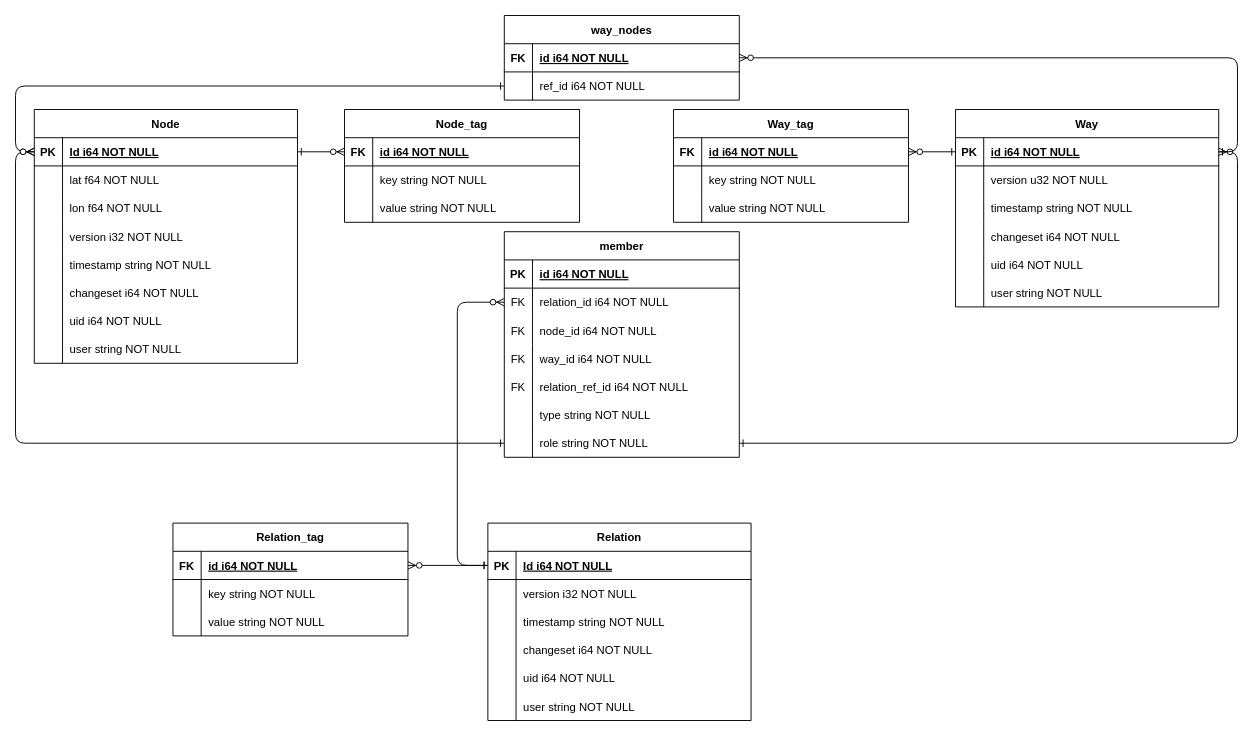
Earlier version of the draw.io diagram database_entity_relationship_diagram.drawio (Chrisser1/GoogleMapsClone). Source tidied: cells renumbered, new cells numbered last; positions are measured from the earlier drawing's top-left corner, leaving out a move shared by most shapes. Both pictures are drawn from the tidied source at 94%, with x=0, y=0 at pixel (34, 15).
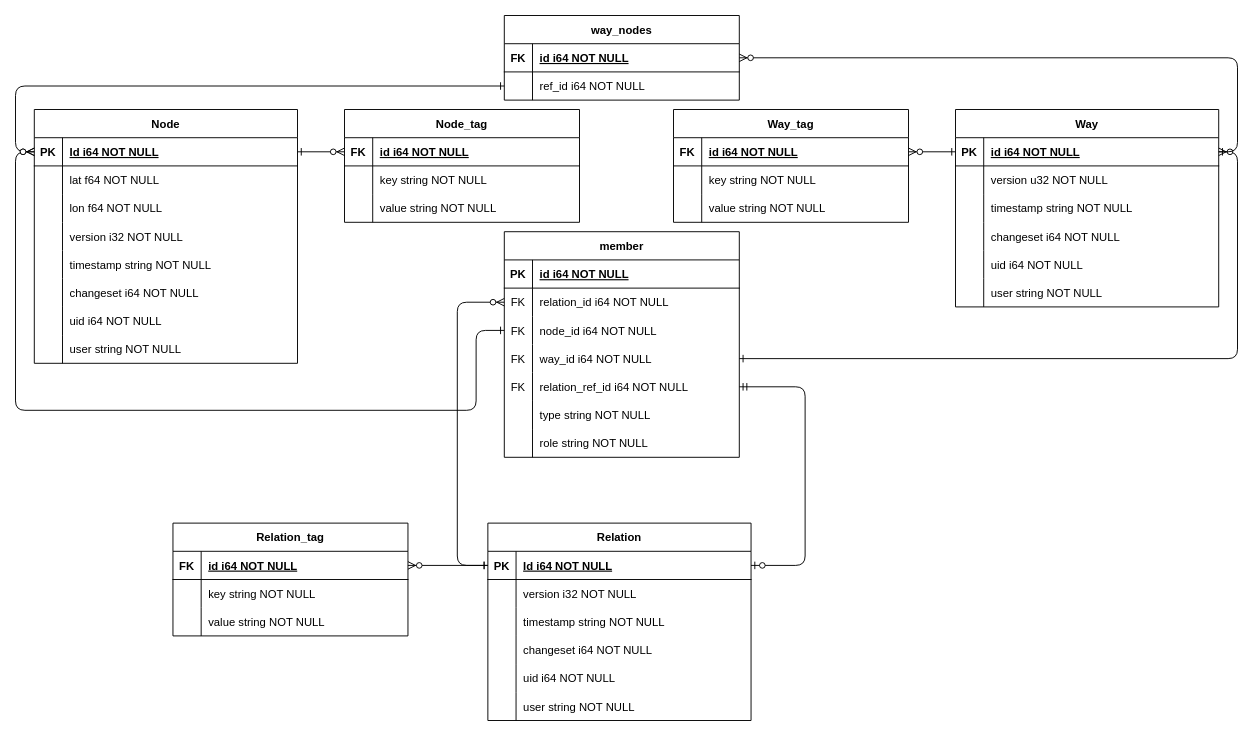
After the change.

The change refers to these unchanged cells:
```xml
<mxCell id="3" style="shape=partialRectangle;fillColor=none;points=[[0,0.5],[1,0.5]];portConstraint=eastwest;top=0;left=0;right=0;bottom=1;" parent="2" vertex="1">
  <mxGeometry y="30" width="280" height="30" as="geometry" />
</mxCell>
<mxCell id="22" style="shape=partialRectangle;fillColor=none;points=[[0,0.5],[1,0.5]];portConstraint=eastwest;top=0;left=0;right=0;bottom=1;" parent="21" vertex="1">
  <mxGeometry y="30" width="280" height="30" as="geometry" />
</mxCell>
<mxCell id="55" style="shape=partialRectangle;fillColor=none;points=[[0,0.5],[1,0.5]];portConstraint=eastwest;top=0;left=0;right=0;bottom=1;" parent="54" vertex="1">
  <mxGeometry y="30" width="280" height="30" as="geometry" />
</mxCell>
<mxCell id="80" style="shape=partialRectangle;fillColor=none;points=[[0,0.5],[1,0.5]];portConstraint=eastwest;top=0;left=0;right=0;bottom=0;" parent="73" vertex="1">
  <mxGeometry y="90" width="250" height="30" as="geometry" />
</mxCell>
<mxCell id="83" style="shape=partialRectangle;fillColor=none;points=[[0,0.5],[1,0.5]];portConstraint=eastwest;top=0;left=0;right=0;bottom=0;" parent="73" vertex="1">
  <mxGeometry y="120" width="250" height="30" as="geometry" />
</mxCell>
<mxCell id="86" style="shape=partialRectangle;fillColor=none;points=[[0,0.5],[1,0.5]];portConstraint=eastwest;top=0;left=0;right=0;bottom=0;" parent="73" vertex="1">
  <mxGeometry y="150" width="250" height="30" as="geometry" />
</mxCell>
<mxCell id="92" style="shape=partialRectangle;fillColor=none;points=[[0,0.5],[1,0.5]];portConstraint=eastwest;top=0;left=0;right=0;bottom=0;" parent="73" vertex="1">
  <mxGeometry y="210" width="250" height="30" as="geometry" />
</mxCell>
```

Change to the diagram source:
```diff
@@
-    <mxCell id="96" style="edgeStyle=orthogonalEdgeStyle;rounded=1;jettySize=auto;html=1;entryX=1;entryY=0.5;entryDx=0;entryDy=0;strokeColor=default;align=center;verticalAlign=middle;fontFamily=Helvetica;fontSize=11;fontColor=default;labelBackgroundColor=default;startArrow=ERone;startFill=0;endArrow=ERzeroToMany;endFill=1;" parent="1" edge="1" source="92" target="3">
+    <mxCell id="96" style="edgeStyle=orthogonalEdgeStyle;rounded=1;jettySize=auto;html=1;entryX=1;entryY=0.5;entryDx=0;entryDy=0;strokeColor=default;align=center;verticalAlign=middle;fontFamily=Helvetica;fontSize=11;fontColor=default;labelBackgroundColor=default;startArrow=ERone;startFill=0;endArrow=ERzeroToMany;endFill=1;exitX=1;exitY=0.5;exitDx=0;exitDy=0;" parent="1" edge="1" source="83" target="3">
       <mxGeometry relative="1" as="geometry" />
     </mxCell>
-    <mxCell id="97" style="edgeStyle=orthogonalEdgeStyle;rounded=1;jettySize=auto;html=1;entryX=0;entryY=0.5;entryDx=0;entryDy=0;strokeColor=default;align=center;verticalAlign=middle;fontFamily=Helvetica;fontSize=11;fontColor=default;labelBackgroundColor=default;startArrow=ERone;startFill=0;endArrow=ERzeroToMany;endFill=1;" parent="1" edge="1" source="92" target="22">
-      <mxGeometry relative="1" as="geometry" />
+    <mxCell id="97" style="edgeStyle=orthogonalEdgeStyle;rounded=1;jettySize=auto;html=1;entryX=0;entryY=0.5;entryDx=0;entryDy=0;strokeColor=default;align=center;verticalAlign=middle;fontFamily=Helvetica;fontSize=11;fontColor=default;labelBackgroundColor=default;startArrow=ERone;startFill=0;endArrow=ERzeroToMany;endFill=1;exitX=0;exitY=0.5;exitDx=0;exitDy=0;" parent="1" edge="1" source="80" target="22">
+      <mxGeometry relative="1" as="geometry">
+        <Array as="points">
+          <mxPoint x="470" y="335" />
+          <mxPoint x="470" y="420" />
+          <mxPoint x="-20" y="420" />
+          <mxPoint x="-20" y="145" />
+        </Array>
+      </mxGeometry>
     </mxCell>
@@
+    <mxCell id="132" style="edgeStyle=none;html=1;entryX=1;entryY=0.5;entryDx=0;entryDy=0;exitX=1;exitY=0.5;exitDx=0;exitDy=0;endArrow=ERzeroToOne;fontSize=12;startArrow=ERmandOne;" parent="1" edge="1" source="86" target="55">
+      <mxGeometry relative="1" as="geometry">
+        <Array as="points">
+          <mxPoint x="820" y="395" />
+          <mxPoint x="820" y="585" />
+        </Array>
+      </mxGeometry>
+    </mxCell>
```
